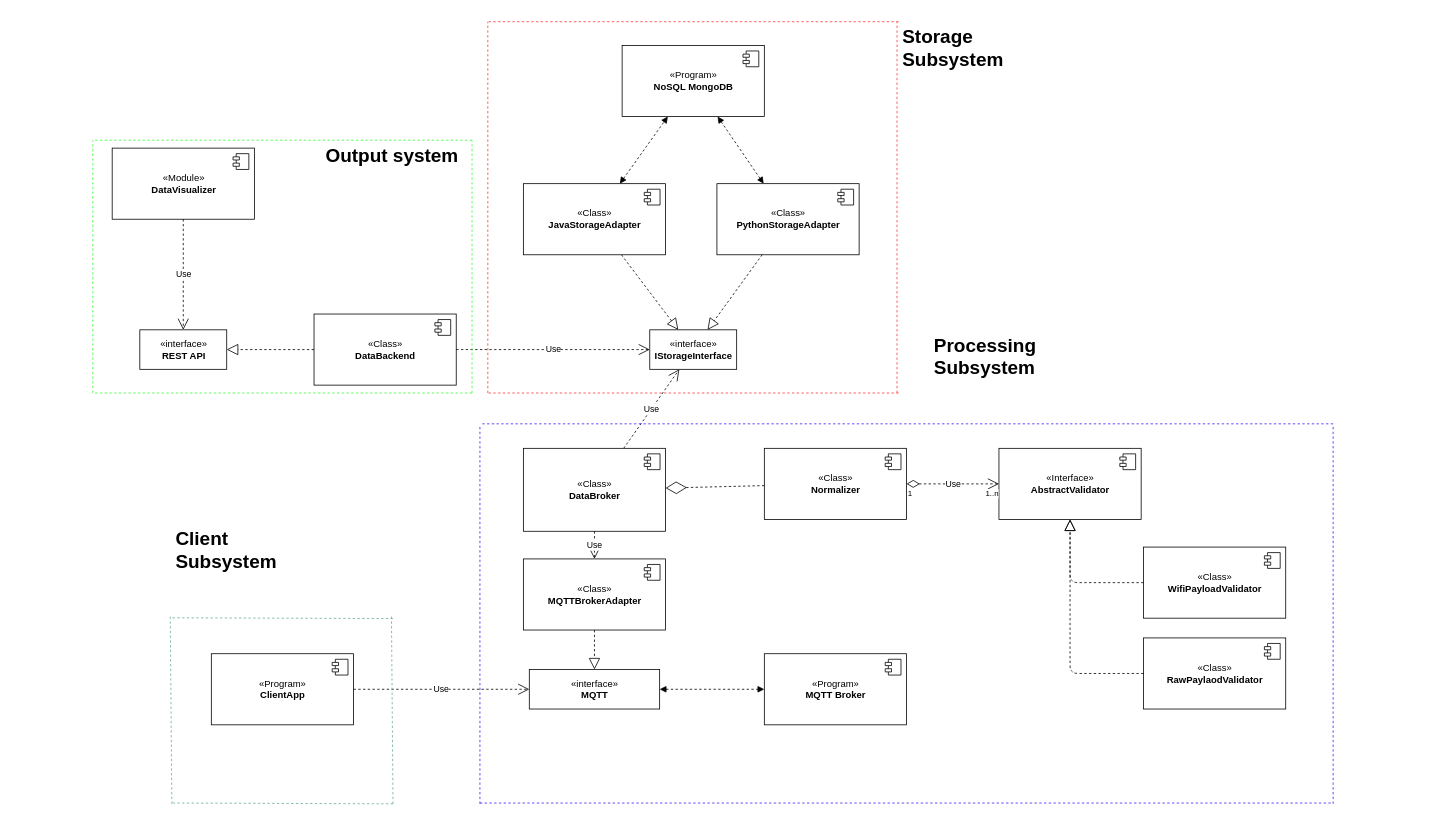
Kirkirillka/GPS_Tracker keeps this draw.io diagram as page "overview" (1 of 4) of docs/schemes/classes/ClassDiagram.drawio. Above is the earlier version. Source tidied: cells renumbered, new cells numbered last; positions are measured from the earlier drawing's top-left corner, leaving out a move shared by most shapes. Both pictures are drawn from the tidied source at 79%, with x=0, y=0 at pixel (92, 21).
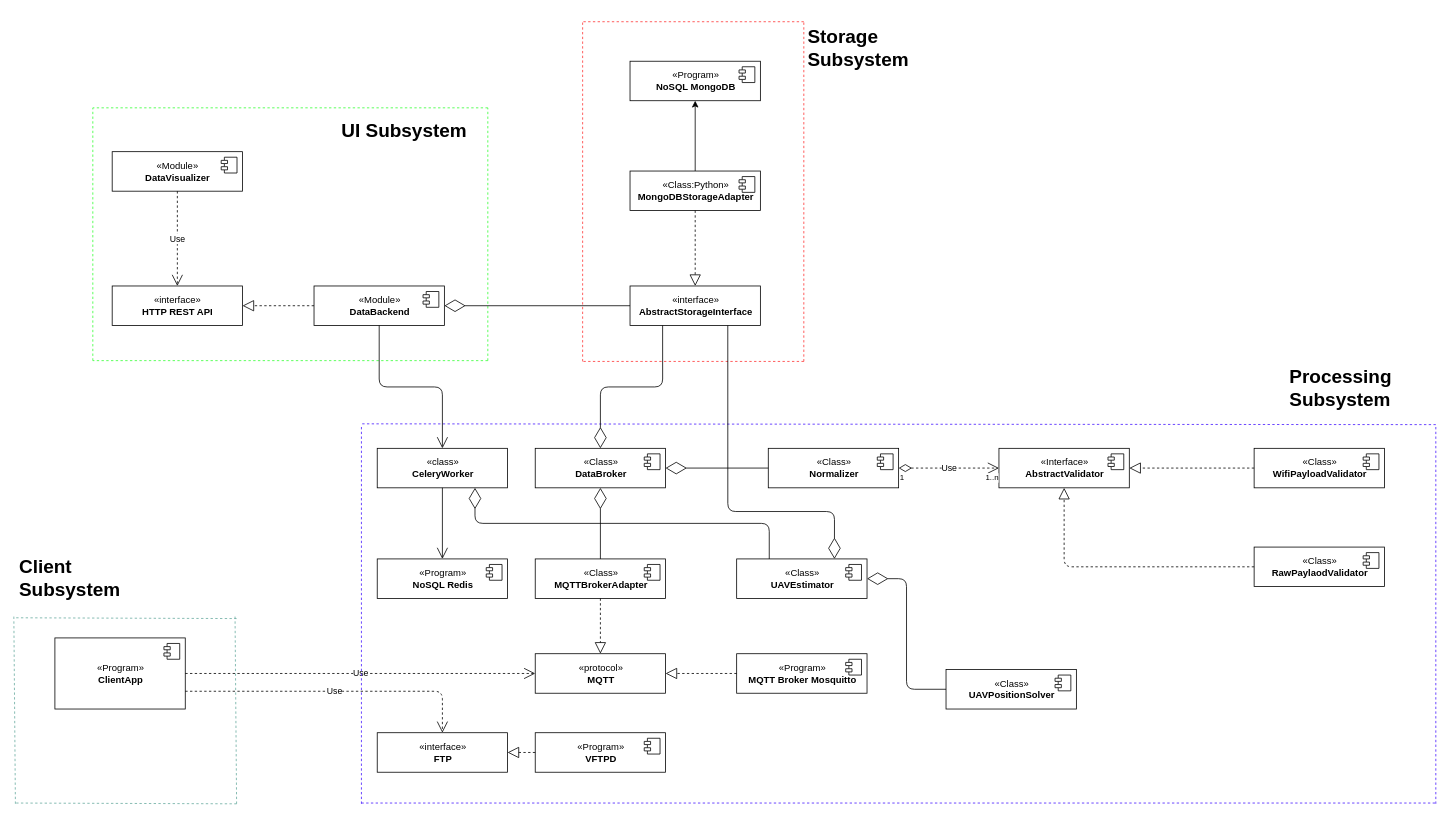
The same page after the edit.

Diff of the diagram source:
```diff
@@
-    <mxCell id="2" value="«interface»&lt;br&gt;&lt;b&gt;IStorageInterface&lt;/b&gt;" style="html=1;" parent="1" vertex="1">
-      <mxGeometry x="705" y="390" width="110" height="50" as="geometry" />
+    <mxCell id="2" value="«interface»&lt;br&gt;&lt;b&gt;AbstractStorageInterface&lt;/b&gt;" style="html=1;" parent="1" vertex="1">
+      <mxGeometry x="680" y="334.5" width="165" height="50" as="geometry" />
     </mxCell>
-    <mxCell id="3" value="Use" style="endArrow=open;endSize=12;dashed=1;html=1;" parent="1" edge="1" source="5" target="2">
-      <mxGeometry relative="1" as="geometry" />
-    </mxCell>
-    <mxCell id="4" style="endArrow=block;dashed=1;endFill=0;endSize=12;html=1;" parent="1" edge="1" source="11" target="2">
-      <mxGeometry relative="1" as="geometry" />
-    </mxCell>
     <mxCell id="5" value="«Class»&lt;br&gt;&lt;b&gt;DataBroker&lt;/b&gt;" style="html=1;" parent="1" vertex="1">
-      <mxGeometry x="545" y="540" width="180" height="105" as="geometry" />
+      <mxGeometry x="560" y="540" width="165" height="50" as="geometry" />
     </mxCell>
@@
-    <mxCell id="7" value="«Class»&lt;br&gt;&lt;b&gt;DataBackend&lt;/b&gt;" style="html=1;" parent="1" vertex="1">
-      <mxGeometry x="280" y="370" width="180" height="90" as="geometry" />
+    <mxCell id="7" value="«Module»&lt;br&gt;&lt;b&gt;DataBackend&lt;/b&gt;" style="html=1;" parent="1" vertex="1">
+      <mxGeometry x="280" y="334.5" width="165" height="50" as="geometry" />
     </mxCell>
@@
-    <mxCell id="9" value="Use" style="endArrow=open;endSize=12;dashed=1;html=1;" parent="1" edge="1" source="7" target="2">
-      <mxGeometry relative="1" as="geometry" />
-    </mxCell>
-    <mxCell id="10" value="«interface»&lt;br&gt;&lt;b&gt;MQTT&lt;/b&gt;&lt;br&gt;" style="html=1;" parent="1" vertex="1">
-      <mxGeometry x="552.5" y="820" width="165" height="50" as="geometry" />
+    <mxCell id="10" value="«protocol»&lt;br&gt;&lt;b&gt;MQTT&lt;/b&gt;" style="html=1;" parent="1" vertex="1">
+      <mxGeometry x="560" y="800" width="165" height="50" as="geometry" />
     </mxCell>
-    <mxCell id="11" value="«Class»&lt;br&gt;&lt;b&gt;JavaStorageAdapter&lt;/b&gt;" style="html=1;" parent="1" vertex="1">
-      <mxGeometry x="545" y="205" width="180" height="90" as="geometry" />
-    </mxCell>
-    <mxCell id="12" style="shape=component;jettyWidth=8;jettyHeight=4;" parent="11" vertex="1">
-      <mxGeometry x="1" width="20" height="20" relative="1" as="geometry">
-        <mxPoint x="-27" y="7" as="offset" />
-      </mxGeometry>
-    </mxCell>
     <mxCell id="13" value="«Class»&lt;br&gt;&lt;b&gt;MQTTBrokerAdapter&lt;/b&gt;" style="html=1;" parent="1" vertex="1">
-      <mxGeometry x="545" y="680" width="180" height="90" as="geometry" />
+      <mxGeometry x="560" y="680" width="165" height="50" as="geometry" />
     </mxCell>
@@
-    <mxCell id="16" value="Use" style="endArrow=open;endSize=12;dashed=1;html=1;" parent="1" edge="1" source="5" target="13">
-      <mxGeometry relative="1" as="geometry" />
-    </mxCell>
-    <mxCell id="17" value="«Program»&lt;br&gt;&lt;b&gt;MQTT Broker&lt;/b&gt;" style="html=1;" parent="1" vertex="1">
-      <mxGeometry x="850" y="800" width="180" height="90" as="geometry" />
+    <mxCell id="17" value="«Program»&lt;br&gt;&lt;b&gt;MQTT Broker Mosquitto&lt;/b&gt;" style="html=1;" parent="1" vertex="1">
+      <mxGeometry x="815" y="800" width="165" height="50" as="geometry" />
     </mxCell>
@@
-    <mxCell id="19" style="endArrow=block;startArrow=block;endFill=1;startFill=1;html=1;dashed=1;edgeStyle=orthogonalEdgeStyle;" parent="1" edge="1" source="10" target="17">
-      <mxGeometry relative="1" as="geometry" />
-    </mxCell>
     <mxCell id="20" value="«Program»&lt;br&gt;&lt;b&gt;NoSQL MongoDB&lt;/b&gt;" style="html=1;" parent="1" vertex="1">
-      <mxGeometry x="670" y="30" width="180" height="90" as="geometry" />
+      <mxGeometry x="680" y="50" width="165" height="50" as="geometry" />
     </mxCell>
@@
-    <mxCell id="22" style="endArrow=block;startArrow=block;endFill=1;startFill=1;html=1;dashed=1;" parent="1" edge="1" source="11" target="20">
-      <mxGeometry relative="1" as="geometry" />
-    </mxCell>
     <mxCell id="23" value="«Program»&lt;br&gt;&lt;b&gt;ClientApp&lt;/b&gt;" style="html=1;" parent="1" vertex="1">
-      <mxGeometry x="150" y="800" width="180" height="90" as="geometry" />
+      <mxGeometry x="-48" y="780" width="165" height="90" as="geometry" />
     </mxCell>
@@
     <mxCell id="26" value="«Module»&lt;br&gt;&lt;b&gt;DataVisualizer&lt;/b&gt;" style="html=1;" parent="1" vertex="1">
-      <mxGeometry x="24.5" y="160" width="180" height="90" as="geometry" />
+      <mxGeometry x="24.5" y="164.5" width="165" height="50" as="geometry" />
     </mxCell>
@@
-    <mxCell id="28" value="«interface»&lt;br&gt;&lt;b&gt;REST API&lt;/b&gt;" style="html=1;" parent="1" vertex="1">
-      <mxGeometry x="59.5" y="390" width="110" height="50" as="geometry" />
+    <mxCell id="28" value="«interface»&lt;br&gt;&lt;b&gt;HTTP REST API&lt;/b&gt;" style="html=1;" parent="1" vertex="1">
+      <mxGeometry x="24.5" y="334.5" width="165" height="50" as="geometry" />
     </mxCell>
@@
     <mxCell id="31" value="«Class»&lt;br&gt;&lt;b&gt;Normalizer&lt;/b&gt;" style="html=1;" parent="1" vertex="1">
-      <mxGeometry x="850" y="540" width="180" height="90" as="geometry" />
+      <mxGeometry x="855" y="540" width="165" height="50" as="geometry" />
     </mxCell>
@@
     <mxCell id="33" value="«Interface»&lt;br&gt;&lt;b&gt;AbstractValidator&lt;/b&gt;&lt;br&gt;" style="html=1;" parent="1" vertex="1">
-      <mxGeometry x="1147" y="540" width="180" height="90" as="geometry" />
+      <mxGeometry x="1147" y="540" width="165" height="50" as="geometry" />
     </mxCell>
@@
     <mxCell id="35" value="«Class»&lt;br&gt;&lt;b&gt;RawPaylaodValidator&lt;/b&gt;" style="html=1;" parent="1" vertex="1">
-      <mxGeometry x="1330" y="780" width="180" height="90" as="geometry" />
+      <mxGeometry x="1470" y="665" width="165" height="50" as="geometry" />
     </mxCell>
@@
     <mxCell id="37" value="«Class»&lt;br&gt;&lt;b&gt;WifiPayloadValidator&lt;/b&gt;" style="html=1;" parent="1" vertex="1">
-      <mxGeometry x="1330" y="665" width="180" height="90" as="geometry" />
+      <mxGeometry x="1470" y="540" width="165" height="50" as="geometry" />
     </mxCell>
@@
-    <mxCell id="44" style="endArrow=diamondThin;endFill=0;endSize=24;html=1;dashed=1;" parent="1" edge="1" source="31" target="5">
-      <mxGeometry relative="1" as="geometry" />
-    </mxCell>
     <mxCell id="45" style="endArrow=none;dashed=1;html=1;strokeColor=#4517FF;" parent="1" edge="1">
       <mxGeometry relative="1" as="geometry">
-        <mxPoint x="490" y="989" as="sourcePoint" />
-        <mxPoint x="1570" y="989" as="targetPoint" />
+        <mxPoint x="340" y="989" as="sourcePoint" />
+        <mxPoint x="1700" y="989" as="targetPoint" />
       </mxGeometry>
     </mxCell>
     <mxCell id="46" style="endArrow=none;dashed=1;html=1;strokeColor=#4517FF;" parent="1" edge="1">
       <mxGeometry relative="1" as="geometry">
-        <mxPoint x="490" y="990" as="sourcePoint" />
-        <mxPoint x="490" y="510" as="targetPoint" />
+        <mxPoint x="340" y="990" as="sourcePoint" />
+        <mxPoint x="340" y="510" as="targetPoint" />
       </mxGeometry>
     </mxCell>
-    <mxCell id="47" style="endArrow=none;dashed=1;html=1;strokeColor=#4517FF;" parent="1" edge="1">
+    <mxCell id="47" style="endArrow=none;dashed=1;html=1;strokeColor=#4517FF;exitX=1;exitY=1;exitDx=0;exitDy=0;" parent="1" edge="1" source="59">
       <mxGeometry relative="1" as="geometry">
-        <mxPoint x="1570" y="509" as="sourcePoint" />
-        <mxPoint x="490" y="509" as="targetPoint" />
+        <mxPoint x="340" y="509" as="targetPoint" />
       </mxGeometry>
     </mxCell>
     <mxCell id="48" style="endArrow=none;dashed=1;html=1;strokeColor=#4517FF;" parent="1" edge="1">
       <mxGeometry relative="1" as="geometry">
-        <mxPoint x="1570" y="990" as="sourcePoint" />
-        <mxPoint x="1570" y="510" as="targetPoint" />
+        <mxPoint x="1700" y="990" as="sourcePoint" />
+        <mxPoint x="1700" y="510" as="targetPoint" />
       </mxGeometry>
     </mxCell>
     <mxCell id="49" style="endArrow=none;dashed=1;html=1;strokeColor=#FF3333;" parent="1" edge="1">
       <mxGeometry relative="1" as="geometry">
-        <mxPoint x="1020" as="sourcePoint" />
-        <mxPoint x="500" as="targetPoint" />
+        <mxPoint x="900" as="sourcePoint" />
+        <mxPoint x="620" as="targetPoint" />
       </mxGeometry>
     </mxCell>
     <mxCell id="50" style="endArrow=none;dashed=1;html=1;strokeColor=#FF3333;" parent="1" edge="1">
       <mxGeometry relative="1" as="geometry">
-        <mxPoint x="1020" y="470" as="sourcePoint" />
-        <mxPoint x="500" y="470" as="targetPoint" />
+        <mxPoint x="900" y="430" as="sourcePoint" />
+        <mxPoint x="620" y="430" as="targetPoint" />
       </mxGeometry>
     </mxCell>
     <mxCell id="51" style="endArrow=none;dashed=1;html=1;strokeColor=#FF3333;" parent="1" edge="1">
       <mxGeometry relative="1" as="geometry">
-        <mxPoint x="500" y="470" as="sourcePoint" />
-        <mxPoint x="500" as="targetPoint" />
+        <mxPoint x="620" y="430" as="sourcePoint" />
+        <mxPoint x="620" as="targetPoint" />
       </mxGeometry>
     </mxCell>
     <mxCell id="52" style="endArrow=none;dashed=1;html=1;strokeColor=#FF3333;" parent="1" edge="1">
       <mxGeometry relative="1" as="geometry">
-        <mxPoint x="1018" y="470" as="sourcePoint" />
-        <mxPoint x="1018" as="targetPoint" />
+        <mxPoint x="900" y="430" as="sourcePoint" />
+        <mxPoint x="900" as="targetPoint" />
       </mxGeometry>
     </mxCell>
     <mxCell id="53" style="endArrow=none;dashed=1;html=1;strokeColor=#33FF33;" parent="1" edge="1">
       <mxGeometry relative="1" as="geometry">
-        <mxPoint x="480" y="470" as="sourcePoint" />
-        <mxPoint x="480" y="150" as="targetPoint" />
+        <mxPoint x="500" y="429" as="sourcePoint" />
+        <mxPoint x="500" y="109" as="targetPoint" />
       </mxGeometry>
     </mxCell>
     <mxCell id="54" style="endArrow=none;dashed=1;html=1;strokeColor=#33FF33;" parent="1" edge="1">
       <mxGeometry relative="1" as="geometry">
-        <mxPoint y="470" as="sourcePoint" />
-        <mxPoint y="150" as="targetPoint" />
+        <mxPoint y="429" as="sourcePoint" />
+        <mxPoint y="109" as="targetPoint" />
       </mxGeometry>
     </mxCell>
     <mxCell id="55" style="endArrow=none;dashed=1;html=1;strokeColor=#33FF33;" parent="1" edge="1">
       <mxGeometry relative="1" as="geometry">
-        <mxPoint x="480" y="470" as="sourcePoint" />
-        <mxPoint y="470" as="targetPoint" />
+        <mxPoint x="500" y="429" as="sourcePoint" />
+        <mxPoint y="429" as="targetPoint" />
       </mxGeometry>
     </mxCell>
     <mxCell id="56" style="endArrow=none;dashed=1;html=1;strokeColor=#33FF33;" parent="1" edge="1">
       <mxGeometry relative="1" as="geometry">
-        <mxPoint x="480" y="150" as="sourcePoint" />
-        <mxPoint y="150" as="targetPoint" />
+        <mxPoint x="500" y="109" as="sourcePoint" />
+        <mxPoint y="109" as="targetPoint" />
       </mxGeometry>
     </mxCell>
     <mxCell id="57" value="&lt;h1&gt;Storage Subsystem&lt;/h1&gt;&lt;p&gt;&lt;br&gt;&lt;/p&gt;" style="text;html=1;strokeColor=none;fillColor=none;spacing=5;spacingTop=-20;whiteSpace=wrap;overflow=hidden;rounded=0;" parent="1" vertex="1">
-      <mxGeometry x="1019.5" width="190" height="120" as="geometry" />
+      <mxGeometry x="900" width="190" height="120" as="geometry" />
     </mxCell>
-    <mxCell id="58" value="&lt;h1&gt;Output system&lt;/h1&gt;" style="text;html=1;strokeColor=none;fillColor=none;spacing=5;spacingTop=-20;whiteSpace=wrap;overflow=hidden;rounded=0;" parent="1" vertex="1">
-      <mxGeometry x="290" y="150" width="190" height="120" as="geometry" />
+    <mxCell id="58" value="&lt;h1&gt;UI Subsystem&lt;/h1&gt;" style="text;html=1;strokeColor=none;fillColor=none;spacing=5;spacingTop=-20;whiteSpace=wrap;overflow=hidden;rounded=0;" parent="1" vertex="1">
+      <mxGeometry x="310" y="119" width="190" height="120" as="geometry" />
     </mxCell>
     <mxCell id="59" value="&lt;h1&gt;Processing Subsystem&lt;/h1&gt;" style="text;html=1;strokeColor=none;fillColor=none;spacing=5;spacingTop=-20;whiteSpace=wrap;overflow=hidden;rounded=0;" parent="1" vertex="1">
-      <mxGeometry x="1060" y="390" width="190" height="120" as="geometry" />
+      <mxGeometry x="1510" y="430" width="190" height="80" as="geometry" />
     </mxCell>
     <mxCell id="60" style="endArrow=none;dashed=1;html=1;strokeColor=#67AB9F;" parent="1" edge="1">
       <mxGeometry relative="1" as="geometry">
-        <mxPoint x="380" y="990" as="sourcePoint" />
-        <mxPoint x="100" y="989" as="targetPoint" />
+        <mxPoint x="182" y="990" as="sourcePoint" />
+        <mxPoint x="-98" y="989" as="targetPoint" />
       </mxGeometry>
     </mxCell>
     <mxCell id="61" style="endArrow=none;dashed=1;html=1;strokeColor=#67AB9F;" parent="1" edge="1">
       <mxGeometry relative="1" as="geometry">
-        <mxPoint x="380" y="990" as="sourcePoint" />
-        <mxPoint x="378" y="750" as="targetPoint" />
+        <mxPoint x="182" y="990" as="sourcePoint" />
+        <mxPoint x="180" y="750" as="targetPoint" />
       </mxGeometry>
     </mxCell>
     <mxCell id="62" style="endArrow=none;dashed=1;html=1;strokeColor=#67AB9F;" parent="1" edge="1">
       <mxGeometry relative="1" as="geometry">
-        <mxPoint x="100" y="990" as="sourcePoint" />
-        <mxPoint x="98" y="750" as="targetPoint" />
+        <mxPoint x="-98" y="990" as="sourcePoint" />
+        <mxPoint x="-100" y="750" as="targetPoint" />
       </mxGeometry>
     </mxCell>
     <mxCell id="63" style="endArrow=none;dashed=1;html=1;strokeColor=#67AB9F;" parent="1" edge="1">
       <mxGeometry relative="1" as="geometry">
-        <mxPoint x="380" y="755.5" as="sourcePoint" />
-        <mxPoint x="100" y="754.5" as="targetPoint" />
+        <mxPoint x="182" y="755.5" as="sourcePoint" />
+        <mxPoint x="-98" y="754.5" as="targetPoint" />
       </mxGeometry>
     </mxCell>
     <mxCell id="64" value="&lt;h1&gt;Client Subsystem&lt;/h1&gt;" style="text;html=1;strokeColor=none;fillColor=none;spacing=5;spacingTop=-20;whiteSpace=wrap;overflow=hidden;rounded=0;" parent="1" vertex="1">
-      <mxGeometry x="100" y="635" width="190" height="120" as="geometry" />
+      <mxGeometry x="-98" y="670" width="190" height="85" as="geometry" />
     </mxCell>
+    <mxCell id="68" style="edgeStyle=orthogonalEdgeStyle;rounded=0;jettySize=auto;html=1;" parent="1" edge="1" source="65" target="20">
+      <mxGeometry relative="1" as="geometry" />
+    </mxCell>
-    <mxCell id="65" value="«Class»&lt;br&gt;&lt;b&gt;PythonStorageAdapter&lt;/b&gt;" style="html=1;" parent="1" vertex="1">
-      <mxGeometry x="790" y="205" width="180" height="90" as="geometry" />
+    <mxCell id="65" value="«Class:Python»&lt;br&gt;&lt;b&gt;MongoDBStorageAdapter&lt;/b&gt;" style="html=1;" parent="1" vertex="1">
+      <mxGeometry x="680" y="189" width="165" height="50" as="geometry" />
     </mxCell>
@@
-    <mxCell id="68" style="endArrow=block;startArrow=block;endFill=1;startFill=1;html=1;dashed=1;" parent="1" edge="1" source="65" target="20">
-      <mxGeometry relative="1" as="geometry" />
-    </mxCell>
+    <mxCell id="69" value="«Class»&lt;br&gt;&lt;b&gt;UAVEstimator&lt;/b&gt;" style="html=1;" parent="1" vertex="1">
+      <mxGeometry x="815" y="680" width="165" height="50" as="geometry" />
+    </mxCell>
+    <mxCell id="70" style="shape=component;jettyWidth=8;jettyHeight=4;" parent="69" vertex="1">
+      <mxGeometry x="1" width="20" height="20" relative="1" as="geometry">
+        <mxPoint x="-27" y="7" as="offset" />
+      </mxGeometry>
+    </mxCell>
+    <mxCell id="44" style="endArrow=diamondThin;endFill=0;endSize=24;html=1;" parent="1" edge="1" source="31" target="5">
+      <mxGeometry relative="1" as="geometry" />
+    </mxCell>
+    <mxCell id="71" style="endArrow=diamondThin;endFill=0;endSize=24;html=1;" parent="1" edge="1" source="13" target="5">
+      <mxGeometry relative="1" as="geometry" />
+    </mxCell>
+    <mxCell id="72" value="«Class»&lt;br&gt;&lt;b&gt;UAVPositionSolver&lt;/b&gt;" style="html=1;" parent="1" vertex="1">
+      <mxGeometry x="1080" y="820" width="165" height="50" as="geometry" />
+    </mxCell>
+    <mxCell id="73" style="shape=component;jettyWidth=8;jettyHeight=4;" parent="72" vertex="1">
+      <mxGeometry x="1" width="20" height="20" relative="1" as="geometry">
+        <mxPoint x="-27" y="7" as="offset" />
+      </mxGeometry>
+    </mxCell>
+    <mxCell id="74" style="endArrow=diamondThin;endFill=0;endSize=24;html=1;edgeStyle=elbowEdgeStyle;" parent="1" edge="1" source="72" target="69">
+      <mxGeometry relative="1" as="geometry" />
+    </mxCell>
+    <mxCell id="75" style="endArrow=diamondThin;endFill=0;endSize=24;html=1;edgeStyle=orthogonalEdgeStyle;exitX=0.25;exitY=1;exitDx=0;exitDy=0;" parent="1" edge="1" source="2" target="5">
+      <mxGeometry relative="1" as="geometry" />
+    </mxCell>
+    <mxCell id="76" value="«Program»&lt;br&gt;&lt;b&gt;NoSQL Redis&lt;/b&gt;" style="html=1;" parent="1" vertex="1">
+      <mxGeometry x="360" y="680" width="165" height="50" as="geometry" />
+    </mxCell>
+    <mxCell id="77" style="shape=component;jettyWidth=8;jettyHeight=4;" parent="76" vertex="1">
+      <mxGeometry x="1" width="20" height="20" relative="1" as="geometry">
+        <mxPoint x="-27" y="7" as="offset" />
+      </mxGeometry>
+    </mxCell>
+    <mxCell id="78" value="«Program»&lt;br&gt;&lt;b&gt;VFTPD&lt;/b&gt;" style="html=1;" parent="1" vertex="1">
+      <mxGeometry x="560" y="900" width="165" height="50" as="geometry" />
+    </mxCell>
+    <mxCell id="79" style="shape=component;jettyWidth=8;jettyHeight=4;" parent="78" vertex="1">
+      <mxGeometry x="1" width="20" height="20" relative="1" as="geometry">
+        <mxPoint x="-27" y="7" as="offset" />
+      </mxGeometry>
+    </mxCell>
+    <mxCell id="80" value="«interface»&lt;br&gt;&lt;b&gt;FTP&lt;/b&gt;" style="html=1;" parent="1" vertex="1">
+      <mxGeometry x="360" y="900" width="165" height="50" as="geometry" />
+    </mxCell>
+    <mxCell id="81" value="Use" style="endArrow=open;endSize=12;dashed=1;html=1;edgeStyle=orthogonalEdgeStyle;exitX=1;exitY=0.75;exitDx=0;exitDy=0;" parent="1" edge="1" source="23" target="80">
+      <mxGeometry relative="1" as="geometry" />
+    </mxCell>
+    <mxCell id="82" style="endArrow=block;dashed=1;endFill=0;endSize=12;html=1;" parent="1" edge="1" source="78" target="80">
+      <mxGeometry relative="1" as="geometry" />
+    </mxCell>
+    <mxCell id="83" value="«class»&lt;br&gt;&lt;b&gt;CeleryWorker&lt;/b&gt;" style="html=1;" parent="1" vertex="1">
+      <mxGeometry x="360" y="540" width="165" height="50" as="geometry" />
+    </mxCell>
+    <mxCell id="84" style="endArrow=open;endFill=1;endSize=12;html=1;" parent="1" edge="1" source="83" target="76">
+      <mxGeometry relative="1" as="geometry" />
+    </mxCell>
+    <mxCell id="85" style="endArrow=open;endFill=1;endSize=12;html=1;edgeStyle=orthogonalEdgeStyle;" parent="1" edge="1" source="7" target="83">
+      <mxGeometry relative="1" as="geometry" />
+    </mxCell>
+    <mxCell id="86" style="endArrow=diamondThin;endFill=0;endSize=24;html=1;edgeStyle=orthogonalEdgeStyle;" parent="1" edge="1" source="2" target="7">
+      <mxGeometry relative="1" as="geometry" />
+    </mxCell>
+    <mxCell id="87" style="endArrow=diamondThin;endFill=0;endSize=24;html=1;edgeStyle=elbowEdgeStyle;elbow=vertical;entryX=0.75;entryY=1;entryDx=0;entryDy=0;exitX=0.25;exitY=0;exitDx=0;exitDy=0;" parent="1" edge="1" source="69" target="83">
+      <mxGeometry relative="1" as="geometry" />
+    </mxCell>
+    <mxCell id="88" style="endArrow=diamondThin;endFill=0;endSize=24;html=1;exitX=0.75;exitY=1;exitDx=0;exitDy=0;entryX=0.75;entryY=0;entryDx=0;entryDy=0;edgeStyle=orthogonalEdgeStyle;" parent="1" edge="1" source="2" target="69">
+      <mxGeometry relative="1" as="geometry">
+        <Array as="points">
+          <mxPoint x="804" y="620" />
+          <mxPoint x="939" y="620" />
+        </Array>
+      </mxGeometry>
+    </mxCell>
+    <mxCell id="89" style="endArrow=block;dashed=1;endFill=0;endSize=12;html=1;" parent="1" edge="1" source="17" target="10">
+      <mxGeometry relative="1" as="geometry" />
+    </mxCell>
```
